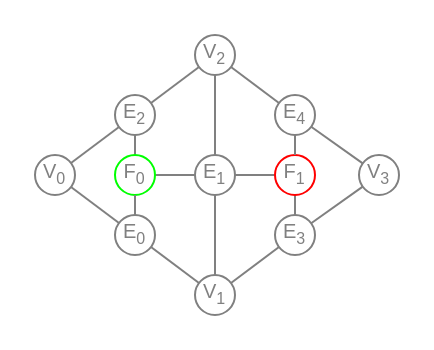
Before: wiki/MeshGraph.drawio in YoanWithY/kayo, a draw.io diagram. Source tidied: cells renumbered, new cells numbered last; positions are measured from the earlier drawing's top-left corner, leaving out a move shared by most shapes. Both pictures are drawn from the tidied source at 200%, with x=0, y=0 at pixel (34, 34).
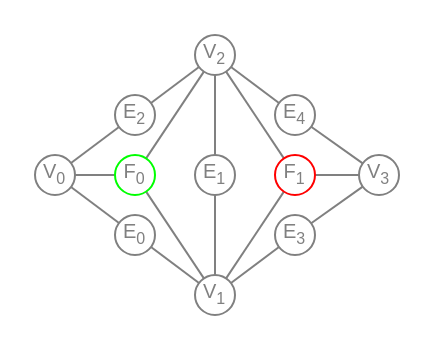
After the change.

The change refers to these unchanged cells:
```xml
<mxCell id="8" value="F&lt;sub style=&quot;&quot;&gt;&lt;font style=&quot;font-size: 8px;&quot;&gt;0&lt;/font&gt;&lt;/sub&gt;" style="ellipse;whiteSpace=wrap;html=1;fontSize=10;fillColor=none;strokeColor=#00FF00;fontColor=#808080;" parent="1" vertex="1">
  <mxGeometry x="40" y="60" width="20" height="20" as="geometry" />
</mxCell>
<mxCell id="13" value="E&lt;sub style=&quot;&quot;&gt;&lt;font style=&quot;font-size: 8px;&quot;&gt;1&lt;/font&gt;&lt;/sub&gt;" style="ellipse;whiteSpace=wrap;html=1;fontSize=10;fillColor=none;strokeColor=#808080;fontColor=#808080;" parent="1" vertex="1">
  <mxGeometry x="80" y="60" width="20" height="20" as="geometry" />
</mxCell>
<mxCell id="16" value="E&lt;sub style=&quot;&quot;&gt;&lt;font style=&quot;font-size: 8px;&quot;&gt;2&lt;/font&gt;&lt;/sub&gt;" style="ellipse;whiteSpace=wrap;html=1;fontSize=10;fillColor=none;strokeColor=#808080;fontColor=#808080;" parent="1" vertex="1">
  <mxGeometry x="40" y="30" width="20" height="20" as="geometry" />
</mxCell>
<mxCell id="17" value="V&lt;sub style=&quot;&quot;&gt;&lt;font style=&quot;font-size: 8px;&quot;&gt;0&lt;/font&gt;&lt;/sub&gt;" style="ellipse;whiteSpace=wrap;html=1;fontSize=10;fillColor=none;strokeColor=#808080;fontColor=#808080;" parent="1" vertex="1">
  <mxGeometry y="60" width="20" height="20" as="geometry" />
</mxCell>
<mxCell id="18" value="V&lt;sub style=&quot;&quot;&gt;&lt;font style=&quot;font-size: 8px;&quot;&gt;1&lt;/font&gt;&lt;/sub&gt;" style="ellipse;whiteSpace=wrap;html=1;fontSize=10;fillColor=none;strokeColor=#808080;fontColor=#808080;" parent="1" vertex="1">
  <mxGeometry x="80" y="120" width="20" height="20" as="geometry" />
</mxCell>
<mxCell id="19" value="V&lt;sub style=&quot;&quot;&gt;&lt;font style=&quot;font-size: 8px;&quot;&gt;2&lt;/font&gt;&lt;/sub&gt;" style="ellipse;whiteSpace=wrap;html=1;fontSize=10;fillColor=none;strokeColor=#808080;fontColor=#808080;" parent="1" vertex="1">
  <mxGeometry x="80" width="20" height="20" as="geometry" />
</mxCell>
<mxCell id="22" value="F&lt;sub style=&quot;&quot;&gt;&lt;font style=&quot;font-size: 8px;&quot;&gt;1&lt;/font&gt;&lt;/sub&gt;" style="ellipse;whiteSpace=wrap;html=1;fontSize=10;fillColor=none;strokeColor=#FF0000;fontColor=#808080;" parent="1" vertex="1">
  <mxGeometry x="120" y="60" width="20" height="20" as="geometry" />
</mxCell>
<mxCell id="26" value="E&lt;sub style=&quot;&quot;&gt;&lt;font style=&quot;font-size: 8px;&quot;&gt;3&lt;/font&gt;&lt;/sub&gt;" style="ellipse;whiteSpace=wrap;html=1;fontSize=10;fillColor=none;strokeColor=#808080;fontColor=#808080;" parent="1" vertex="1">
  <mxGeometry x="120" y="90" width="20" height="20" as="geometry" />
</mxCell>
<mxCell id="29" value="E&lt;sub style=&quot;&quot;&gt;&lt;font style=&quot;font-size: 8px;&quot;&gt;4&lt;/font&gt;&lt;/sub&gt;" style="ellipse;whiteSpace=wrap;html=1;fontSize=10;fillColor=none;strokeColor=#808080;fontColor=#808080;" parent="1" vertex="1">
  <mxGeometry x="120" y="30" width="20" height="20" as="geometry" />
</mxCell>
<mxCell id="30" value="V&lt;sub style=&quot;&quot;&gt;&lt;font style=&quot;font-size: 8px;&quot;&gt;3&lt;/font&gt;&lt;/sub&gt;" style="ellipse;whiteSpace=wrap;html=1;fontSize=10;fillColor=none;strokeColor=#808080;fontColor=#808080;" parent="1" vertex="1">
  <mxGeometry x="162" y="60" width="20" height="20" as="geometry" />
</mxCell>
<mxCell id="32" value="E&lt;sub style=&quot;&quot;&gt;&lt;font style=&quot;font-size: 8px;&quot;&gt;0&lt;/font&gt;&lt;/sub&gt;" style="ellipse;whiteSpace=wrap;html=1;fontSize=10;fillColor=none;strokeColor=#808080;fontColor=#808080;" parent="1" vertex="1">
  <mxGeometry x="40" y="90" width="20" height="20" as="geometry" />
</mxCell>
```

The edit, as a diff of the source:
```diff
@@
-    <mxCell id="2" style="edgeStyle=none;html=1;fontSize=8;fontColor=#808080;rounded=0;endArrow=none;endFill=0;strokeColor=#808080;" parent="1" edge="1" source="8" target="32">
-      <mxGeometry relative="1" as="geometry" />
-    </mxCell>
-    <mxCell id="3" style="edgeStyle=none;shape=connector;rounded=0;html=1;labelBackgroundColor=default;strokeColor=#808080;fontFamily=Helvetica;fontSize=8;fontColor=#808080;endArrow=none;endFill=0;startArrow=none;" parent="1" edge="1" source="8" target="13">
-      <mxGeometry relative="1" as="geometry" />
-    </mxCell>
-    <mxCell id="4" style="edgeStyle=none;shape=connector;rounded=0;html=1;labelBackgroundColor=default;strokeColor=#808080;fontFamily=Helvetica;fontSize=8;fontColor=#808080;endArrow=none;endFill=0;" parent="1" edge="1" source="8" target="16">
-      <mxGeometry relative="1" as="geometry" />
-    </mxCell>
-    <mxCell id="5" style="edgeStyle=none;shape=connector;rounded=0;html=1;labelBackgroundColor=default;strokeColor=#808080;fontFamily=Helvetica;fontSize=8;fontColor=#808080;endArrow=none;endFill=0;" parent="1" edge="1" source="8" target="16">
-      <mxGeometry relative="1" as="geometry" />
-    </mxCell>
-    <mxCell id="6" style="edgeStyle=none;shape=connector;rounded=0;html=1;labelBackgroundColor=default;strokeColor=#808080;fontFamily=Helvetica;fontSize=8;fontColor=#808080;endArrow=none;endFill=0;" parent="1" edge="1" source="8" target="16">
-      <mxGeometry relative="1" as="geometry" />
-    </mxCell>
-    <mxCell id="7" style="edgeStyle=none;shape=connector;rounded=0;html=1;labelBackgroundColor=default;strokeColor=#808080;fontFamily=Helvetica;fontSize=8;fontColor=#808080;endArrow=none;endFill=0;" parent="1" edge="1" source="8" target="16">
-      <mxGeometry relative="1" as="geometry" />
-    </mxCell>
+    <mxCell id="33" style="edgeStyle=none;html=1;endArrow=none;endFill=0;strokeColor=#808080;" parent="1" edge="1" source="8" target="18">
+      <mxGeometry relative="1" as="geometry" />
+    </mxCell>
+    <mxCell id="34" style="edgeStyle=none;shape=connector;rounded=1;html=1;labelBackgroundColor=default;strokeColor=#808080;fontFamily=Helvetica;fontSize=11;fontColor=default;endArrow=none;endFill=0;" parent="1" edge="1" source="8" target="19">
+      <mxGeometry relative="1" as="geometry" />
+    </mxCell>
+    <mxCell id="35" style="edgeStyle=none;shape=connector;rounded=1;html=1;labelBackgroundColor=default;strokeColor=#808080;fontFamily=Helvetica;fontSize=11;fontColor=default;endArrow=none;endFill=0;" parent="1" edge="1" source="8" target="17">
+      <mxGeometry relative="1" as="geometry" />
+    </mxCell>
@@
-    <mxCell id="20" style="edgeStyle=none;shape=connector;rounded=0;html=1;labelBackgroundColor=default;strokeColor=#808080;fontFamily=Helvetica;fontSize=8;fontColor=#808080;endArrow=none;endFill=0;" parent="1" edge="1" source="22" target="13">
-      <mxGeometry relative="1" as="geometry" />
-    </mxCell>
-    <mxCell id="21" style="edgeStyle=none;shape=connector;rounded=0;html=1;labelBackgroundColor=default;strokeColor=#808080;fontFamily=Helvetica;fontSize=8;fontColor=#808080;endArrow=none;endFill=0;" parent="1" edge="1" source="22" target="26">
-      <mxGeometry relative="1" as="geometry" />
-    </mxCell>
+    <mxCell id="36" style="edgeStyle=none;shape=connector;rounded=1;html=1;labelBackgroundColor=default;strokeColor=#808080;fontFamily=Helvetica;fontSize=11;fontColor=default;endArrow=none;endFill=0;" parent="1" edge="1" source="22" target="30">
+      <mxGeometry relative="1" as="geometry" />
+    </mxCell>
+    <mxCell id="37" style="edgeStyle=none;shape=connector;rounded=1;html=1;labelBackgroundColor=default;strokeColor=#808080;fontFamily=Helvetica;fontSize=11;fontColor=default;endArrow=none;endFill=0;" parent="1" edge="1" source="22" target="19">
+      <mxGeometry relative="1" as="geometry" />
+    </mxCell>
+    <mxCell id="38" style="edgeStyle=none;shape=connector;rounded=1;html=1;labelBackgroundColor=default;strokeColor=#808080;fontFamily=Helvetica;fontSize=11;fontColor=default;endArrow=none;endFill=0;" parent="1" edge="1" source="22" target="18">
+      <mxGeometry relative="1" as="geometry" />
+    </mxCell>
@@
-    <mxCell id="23" style="edgeStyle=none;shape=connector;rounded=0;html=1;labelBackgroundColor=default;strokeColor=#808080;fontFamily=Helvetica;fontSize=8;fontColor=#808080;endArrow=none;endFill=0;" parent="1" edge="1" source="22" target="29">
-      <mxGeometry relative="1" as="geometry" />
-    </mxCell>
@@
-    <mxCell id="31" style="edgeStyle=none;shape=connector;rounded=0;html=1;labelBackgroundColor=default;strokeColor=#808080;fontFamily=Helvetica;fontSize=8;fontColor=#808080;endArrow=none;endFill=0;" parent="1" edge="1" source="8" target="32">
-      <mxGeometry relative="1" as="geometry" />
-    </mxCell>
```
